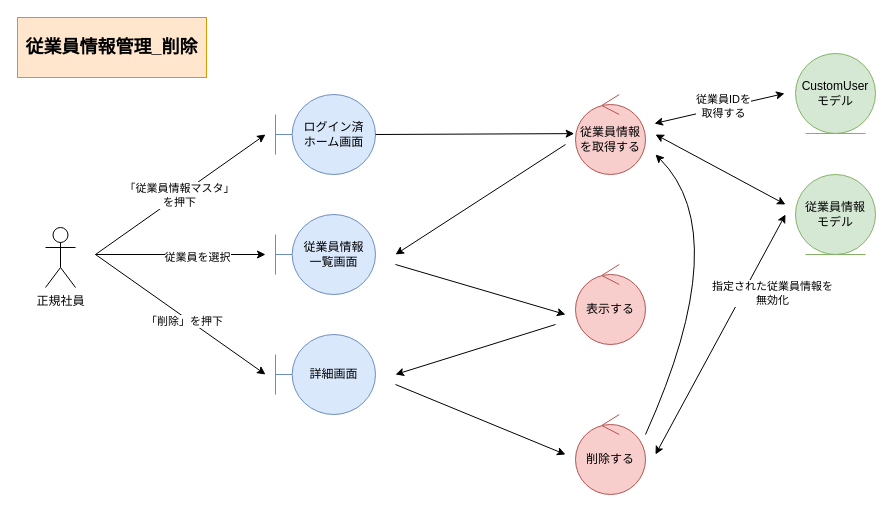
Earlier version of the draw.io diagram page "*従業員情報管理_削除" (4 of 5) of 各種設計書/3ロバストネス図/マスタ管理/F01従業員マスタ.drawio (HaruShim/Sotuken). Source tidied: cells renumbered, new cells numbered last; positions are measured from the earlier drawing's top-left corner, leaving out a move shared by most shapes. Both pictures are drawn from the tidied source at 100%, with x=0, y=0 at pixel (17, 17).
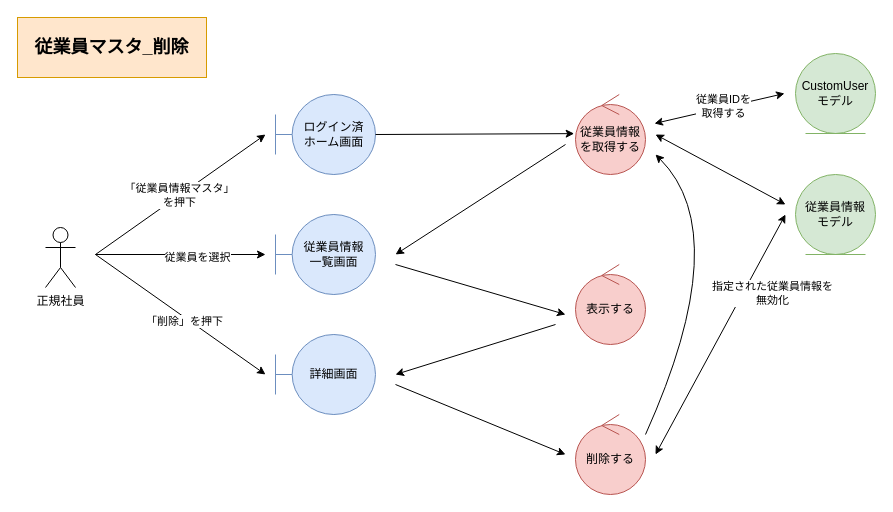
Above is the later version.

Diff of the diagram source:
```diff
@@
-    <mxCell id="17" value="従業員情報管理_削除" style="rounded=0;whiteSpace=wrap;html=1;fillColor=#ffe6cc;strokeColor=#d79b00;fontStyle=1;fontSize=18;" parent="1" vertex="1">
+    <mxCell id="17" value="従業員マスタ_削除" style="rounded=0;whiteSpace=wrap;html=1;fillColor=#ffe6cc;strokeColor=#d79b00;fontStyle=1;fontSize=18;" parent="1" vertex="1">
       <mxGeometry width="189" height="60" as="geometry" />
     </mxCell>
```
